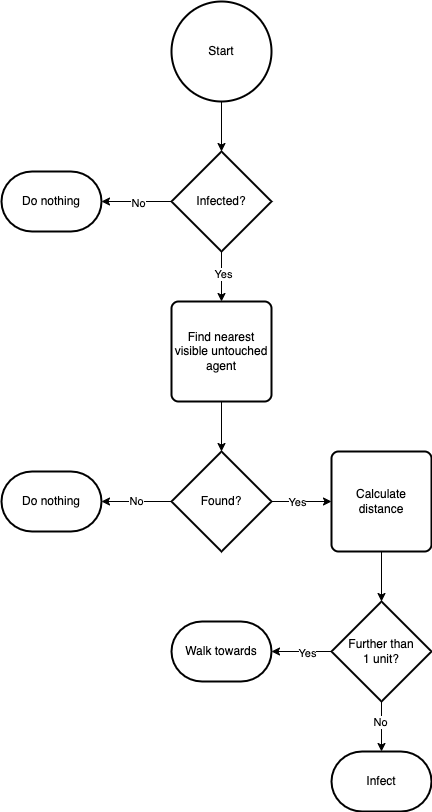
This is images/chapter2/sir_logic.drawio.png from DevArcana/master-thesis, a draw.io export, as it was before one commit. Source tidied: cells renumbered, new cells last; positions are measured from the earlier drawing's top-left corner, leaving out a move shared by most shapes. Source of this version:
```xml
<mxGraphModel>
  <root>
    <mxCell id="0" />
    <mxCell id="1" parent="0" />
    <mxCell id="2" style="edgeStyle=orthogonalEdgeStyle;rounded=0;jettySize=auto;html=1;" parent="1" edge="1" source="3" target="24">
      <mxGeometry relative="1" as="geometry" />
    </mxCell>
    <mxCell id="3" value="Start" style="strokeWidth=2;html=1;shape=mxgraph.flowchart.start_2;whiteSpace=wrap;" parent="1" vertex="1">
      <mxGeometry x="170" width="100" height="100" as="geometry" />
    </mxCell>
    <mxCell id="4" value="Do nothing" style="strokeWidth=2;html=1;shape=mxgraph.flowchart.terminator;whiteSpace=wrap;" parent="1" vertex="1">
      <mxGeometry y="470" width="100" height="60" as="geometry" />
    </mxCell>
    <mxCell id="5" style="edgeStyle=orthogonalEdgeStyle;rounded=0;jettySize=auto;html=1;" parent="1" edge="1" source="6" target="10">
      <mxGeometry relative="1" as="geometry" />
    </mxCell>
    <mxCell id="6" value="Find nearest visible untouched agent" style="rounded=1;whiteSpace=wrap;html=1;absoluteArcSize=1;arcSize=14;strokeWidth=2;" parent="1" vertex="1">
      <mxGeometry x="170" y="300" width="100" height="100" as="geometry" />
    </mxCell>
    <mxCell id="7" style="edgeStyle=orthogonalEdgeStyle;rounded=0;jettySize=auto;html=1;" parent="1" edge="1" source="10" target="12">
      <mxGeometry relative="1" as="geometry" />
    </mxCell>
    <mxCell id="8" value="Yes" style="edgeLabel;html=1;align=center;verticalAlign=middle;" parent="7" vertex="1">
      <mxGeometry x="-0.17" relative="1" as="geometry" />
    </mxCell>
    <mxCell id="9" value="No" style="edgeStyle=orthogonalEdgeStyle;rounded=0;jettySize=auto;html=1;" parent="1" edge="1" source="10" target="4">
      <mxGeometry relative="1" as="geometry" />
    </mxCell>
    <mxCell id="10" value="Found?" style="strokeWidth=2;html=1;shape=mxgraph.flowchart.decision;whiteSpace=wrap;" parent="1" vertex="1">
      <mxGeometry x="170" y="450" width="100" height="100" as="geometry" />
    </mxCell>
    <mxCell id="11" style="edgeStyle=orthogonalEdgeStyle;rounded=0;jettySize=auto;html=1;" parent="1" edge="1" source="12" target="17">
      <mxGeometry relative="1" as="geometry" />
    </mxCell>
    <mxCell id="12" value="Calculate distance" style="rounded=1;whiteSpace=wrap;html=1;absoluteArcSize=1;arcSize=14;strokeWidth=2;" parent="1" vertex="1">
      <mxGeometry x="330" y="450" width="100" height="100" as="geometry" />
    </mxCell>
    <mxCell id="13" style="edgeStyle=orthogonalEdgeStyle;rounded=0;jettySize=auto;html=1;" parent="1" edge="1" source="17" target="19">
      <mxGeometry relative="1" as="geometry" />
    </mxCell>
    <mxCell id="14" value="Yes" style="edgeLabel;html=1;align=center;verticalAlign=middle;" parent="13" vertex="1">
      <mxGeometry x="-0.17" y="1" relative="1" as="geometry" />
    </mxCell>
    <mxCell id="15" style="edgeStyle=orthogonalEdgeStyle;rounded=0;jettySize=auto;html=1;" parent="1" edge="1" source="17" target="18">
      <mxGeometry relative="1" as="geometry" />
    </mxCell>
    <mxCell id="16" value="No" style="edgeLabel;html=1;align=center;verticalAlign=middle;" parent="15" vertex="1">
      <mxGeometry x="-0.22" y="-2" relative="1" as="geometry" />
    </mxCell>
    <mxCell id="17" value="Further than&lt;br&gt;1 unit?" style="strokeWidth=2;html=1;shape=mxgraph.flowchart.decision;whiteSpace=wrap;" parent="1" vertex="1">
      <mxGeometry x="330" y="600" width="100" height="100" as="geometry" />
    </mxCell>
    <mxCell id="18" value="Infect" style="strokeWidth=2;html=1;shape=mxgraph.flowchart.terminator;whiteSpace=wrap;" parent="1" vertex="1">
      <mxGeometry x="330" y="750" width="100" height="60" as="geometry" />
    </mxCell>
    <mxCell id="19" value="Walk towards" style="strokeWidth=2;html=1;shape=mxgraph.flowchart.terminator;whiteSpace=wrap;" parent="1" vertex="1">
      <mxGeometry x="170" y="620" width="100" height="60" as="geometry" />
    </mxCell>
    <mxCell id="20" style="edgeStyle=orthogonalEdgeStyle;rounded=0;jettySize=auto;html=1;" parent="1" edge="1" source="24" target="6">
      <mxGeometry relative="1" as="geometry" />
    </mxCell>
    <mxCell id="21" value="Yes" style="edgeLabel;html=1;align=center;verticalAlign=middle;" parent="20" vertex="1">
      <mxGeometry x="-0.12" y="1" relative="1" as="geometry" />
    </mxCell>
    <mxCell id="22" style="edgeStyle=orthogonalEdgeStyle;rounded=0;jettySize=auto;html=1;" parent="1" edge="1" source="24" target="25">
      <mxGeometry relative="1" as="geometry" />
    </mxCell>
    <mxCell id="23" value="No" style="edgeLabel;html=1;align=center;verticalAlign=middle;" parent="22" vertex="1">
      <mxGeometry x="-0.03" y="1" relative="1" as="geometry" />
    </mxCell>
    <mxCell id="24" value="Infected?" style="strokeWidth=2;html=1;shape=mxgraph.flowchart.decision;whiteSpace=wrap;" parent="1" vertex="1">
      <mxGeometry x="170" y="150" width="100" height="100" as="geometry" />
    </mxCell>
    <mxCell id="25" value="Do nothing" style="strokeWidth=2;html=1;shape=mxgraph.flowchart.terminator;whiteSpace=wrap;" parent="1" vertex="1">
      <mxGeometry y="170" width="100" height="60" as="geometry" />
    </mxCell>
  </root>
</mxGraphModel>
```
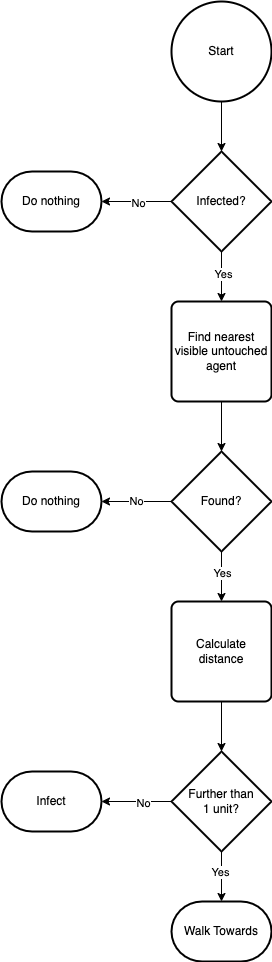
The same diagram one commit later.

What changed in the source:
```diff
@@ -33,28 +33,28 @@
       <mxGeometry relative="1" as="geometry" />
     </mxCell>
     <mxCell id="12" value="Calculate distance" style="rounded=1;whiteSpace=wrap;html=1;absoluteArcSize=1;arcSize=14;strokeWidth=2;" parent="1" vertex="1">
-      <mxGeometry x="330" y="450" width="100" height="100" as="geometry" />
+      <mxGeometry x="170" y="600" width="100" height="100" as="geometry" />
     </mxCell>
     <mxCell id="13" style="edgeStyle=orthogonalEdgeStyle;rounded=0;jettySize=auto;html=1;" parent="1" edge="1" source="17" target="19">
       <mxGeometry relative="1" as="geometry" />
     </mxCell>
-    <mxCell id="14" value="Yes" style="edgeLabel;html=1;align=center;verticalAlign=middle;" parent="13" vertex="1">
+    <mxCell id="14" value="No" style="edgeLabel;html=1;align=center;verticalAlign=middle;" parent="13" vertex="1">
       <mxGeometry x="-0.17" y="1" relative="1" as="geometry" />
     </mxCell>
     <mxCell id="15" style="edgeStyle=orthogonalEdgeStyle;rounded=0;jettySize=auto;html=1;" parent="1" edge="1" source="17" target="18">
       <mxGeometry relative="1" as="geometry" />
     </mxCell>
-    <mxCell id="16" value="No" style="edgeLabel;html=1;align=center;verticalAlign=middle;" parent="15" vertex="1">
+    <mxCell id="16" value="Yes" style="edgeLabel;html=1;align=center;verticalAlign=middle;" parent="15" vertex="1">
       <mxGeometry x="-0.22" y="-2" relative="1" as="geometry" />
     </mxCell>
     <mxCell id="17" value="Further than&lt;br&gt;1 unit?" style="strokeWidth=2;html=1;shape=mxgraph.flowchart.decision;whiteSpace=wrap;" parent="1" vertex="1">
-      <mxGeometry x="330" y="600" width="100" height="100" as="geometry" />
+      <mxGeometry x="170" y="750" width="100" height="100" as="geometry" />
     </mxCell>
-    <mxCell id="18" value="Infect" style="strokeWidth=2;html=1;shape=mxgraph.flowchart.terminator;whiteSpace=wrap;" parent="1" vertex="1">
-      <mxGeometry x="330" y="750" width="100" height="60" as="geometry" />
+    <mxCell id="18" value="Walk Towards" style="strokeWidth=2;html=1;shape=mxgraph.flowchart.terminator;whiteSpace=wrap;" parent="1" vertex="1">
+      <mxGeometry x="170" y="900" width="100" height="60" as="geometry" />
     </mxCell>
-    <mxCell id="19" value="Walk towards" style="strokeWidth=2;html=1;shape=mxgraph.flowchart.terminator;whiteSpace=wrap;" parent="1" vertex="1">
-      <mxGeometry x="170" y="620" width="100" height="60" as="geometry" />
+    <mxCell id="19" value="Infect" style="strokeWidth=2;html=1;shape=mxgraph.flowchart.terminator;whiteSpace=wrap;" parent="1" vertex="1">
+      <mxGeometry y="770" width="100" height="60" as="geometry" />
     </mxCell>
     <mxCell id="20" style="edgeStyle=orthogonalEdgeStyle;rounded=0;jettySize=auto;html=1;" parent="1" edge="1" source="24" target="6">
       <mxGeometry relative="1" as="geometry" />
```
